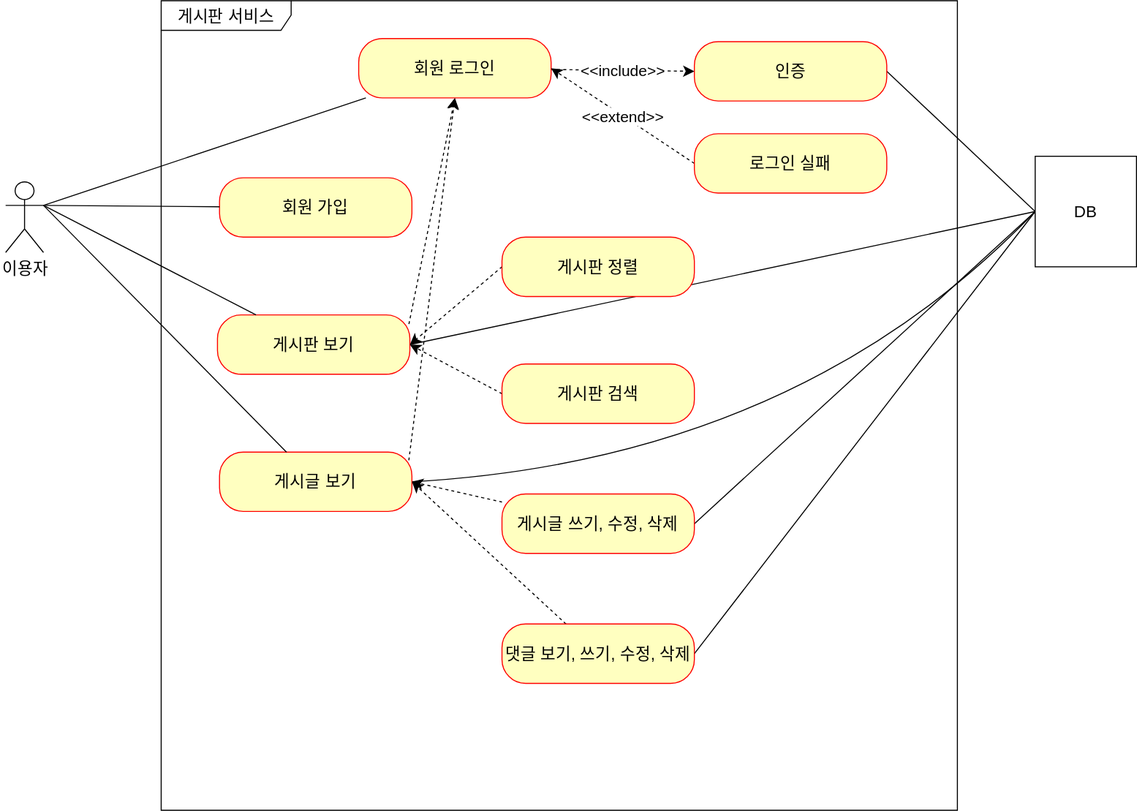
Jung-ji-hyeon/project-board keeps this draw.io diagram as document/use-case.svg. Above is the earlier version. Source tidied: cells renumbered, new cells last; positions are measured from the earlier drawing's top-left corner, leaving out a move shared by most shapes.
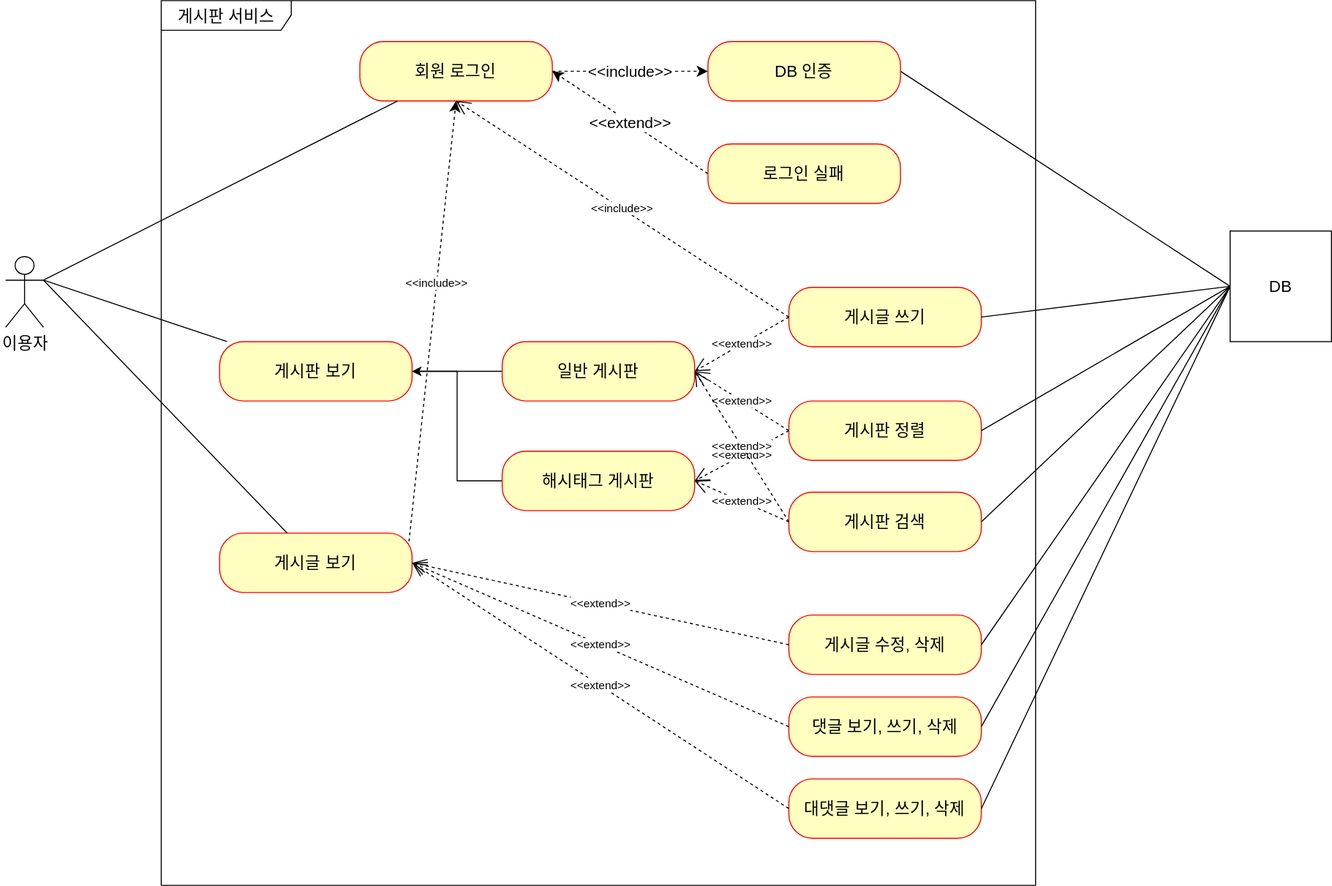
After the change.

Commit message:
use-case.svg: 현재 상황에 맞춰 업데이트

Diff of the diagram source:
```diff
@@ -6,42 +6,26 @@
       <mxGeometry y="177" width="37" height="69" as="geometry" />
     </mxCell>
     <mxCell id="3" value="게시판 서비스" style="shape=umlFrame;whiteSpace=wrap;html=1;fontSize=16;width=127;height=29;" parent="1" vertex="1">
-      <mxGeometry x="152" width="778" height="791" as="geometry" />
+      <mxGeometry x="152" y="-73" width="854" height="864" as="geometry" />
     </mxCell>
-    <mxCell id="4" style="edgeStyle=none;curved=1;rounded=0;jettySize=auto;html=1;entryX=1;entryY=0.5;entryDx=0;entryDy=0;fontSize=12;startSize=8;endSize=8;dashed=1;" parent="1" edge="1" source="6" target="9">
-      <mxGeometry relative="1" as="geometry" />
-    </mxCell>
-    <mxCell id="5" style="edgeStyle=none;curved=1;rounded=0;jettySize=auto;html=1;exitX=1;exitY=0.5;exitDx=0;exitDy=0;entryX=0;entryY=0.5;entryDx=0;entryDy=0;fontSize=12;startSize=8;endSize=8;endArrow=none;endFill=0;" parent="1" edge="1" source="6" target="32">
-      <mxGeometry relative="1" as="geometry" />
-    </mxCell>
-    <mxCell id="6" value="게시글 쓰기, 수정, 삭제" style="rounded=1;whiteSpace=wrap;html=1;arcSize=40;fontColor=#000000;fillColor=#ffffc0;strokeColor=#ff0000;fontSize=16;" parent="1" vertex="1">
-      <mxGeometry x="485" y="482" width="188" height="58" as="geometry" />
+    <mxCell id="6" value="댓글 보기, 쓰기, 삭제" style="rounded=1;whiteSpace=wrap;html=1;arcSize=40;fontColor=#000000;fillColor=#ffffc0;strokeColor=#ff0000;fontSize=16;" parent="1" vertex="1">
+      <mxGeometry x="765" y="607" width="188" height="58" as="geometry" />
     </mxCell>
     <mxCell id="7" style="edgeStyle=none;curved=1;rounded=0;jettySize=auto;html=1;exitX=0.984;exitY=0.138;exitDx=0;exitDy=0;entryX=0.5;entryY=1;entryDx=0;entryDy=0;fontSize=12;startSize=8;endSize=8;dashed=1;exitPerimeter=0;" parent="1" edge="1" source="9" target="16">
       <mxGeometry relative="1" as="geometry" />
     </mxCell>
+    <mxCell id="33" value="&amp;lt;&amp;lt;include&amp;gt;&amp;gt;" style="edgeLabel;html=1;align=center;verticalAlign=middle;" parent="7" vertex="1">
+      <mxGeometry x="0.18" y="1" relative="1" as="geometry" />
+    </mxCell>
-    <mxCell id="8" style="edgeStyle=none;curved=1;rounded=0;jettySize=auto;html=1;exitX=1;exitY=0.5;exitDx=0;exitDy=0;entryX=0;entryY=0.5;entryDx=0;entryDy=0;fontSize=12;startSize=8;endSize=8;endArrow=none;endFill=0;" parent="1" edge="1" source="9" target="32">
-      <mxGeometry relative="1" as="geometry">
-        <Array as="points">
-          <mxPoint x="772" y="449" />
-        </Array>
-      </mxGeometry>
+    <mxCell id="8" style="edgeStyle=none;curved=1;rounded=0;jettySize=auto;html=1;exitX=1;exitY=0.5;exitDx=0;exitDy=0;entryX=0;entryY=0.5;entryDx=0;entryDy=0;fontSize=12;startSize=8;endSize=8;endArrow=none;endFill=0;" parent="1" edge="1" source="24" target="32">
+      <mxGeometry relative="1" as="geometry" />
     </mxCell>
     <mxCell id="9" value="게시글 보기" style="rounded=1;whiteSpace=wrap;html=1;arcSize=40;fontColor=#000000;fillColor=#ffffc0;strokeColor=#ff0000;fontSize=16;" parent="1" vertex="1">
-      <mxGeometry x="209" y="441" width="188" height="58" as="geometry" />
+      <mxGeometry x="209" y="447" width="188" height="58" as="geometry" />
     </mxCell>
-    <mxCell id="10" style="edgeStyle=none;curved=1;rounded=0;jettySize=auto;html=1;exitX=0.995;exitY=0.155;exitDx=0;exitDy=0;entryX=0.5;entryY=1;entryDx=0;entryDy=0;fontSize=12;startSize=8;endSize=8;dashed=1;exitPerimeter=0;" parent="1" edge="1" source="12" target="16">
-      <mxGeometry relative="1" as="geometry" />
-    </mxCell>
-    <mxCell id="11" style="edgeStyle=none;curved=1;rounded=0;jettySize=auto;html=1;exitX=1;exitY=0.5;exitDx=0;exitDy=0;entryX=0;entryY=0.5;entryDx=0;entryDy=0;fontSize=12;startSize=8;endSize=8;endArrow=none;endFill=0;" parent="1" edge="1" source="12" target="32">
-      <mxGeometry relative="1" as="geometry" />
-    </mxCell>
     <mxCell id="12" value="게시판 보기" style="rounded=1;whiteSpace=wrap;html=1;arcSize=40;fontColor=#000000;fillColor=#ffffc0;strokeColor=#ff0000;fontSize=16;" parent="1" vertex="1">
-      <mxGeometry x="207" y="307" width="188" height="58" as="geometry" />
+      <mxGeometry x="209" y="260" width="188" height="58" as="geometry" />
     </mxCell>
-    <mxCell id="13" value="회원 가입" style="rounded=1;whiteSpace=wrap;html=1;arcSize=40;fontColor=#000000;fillColor=#ffffc0;strokeColor=#ff0000;fontSize=16;" parent="1" vertex="1">
-      <mxGeometry x="209" y="173" width="188" height="58" as="geometry" />
-    </mxCell>
     <mxCell id="14" style="edgeStyle=none;curved=1;rounded=0;jettySize=auto;html=1;fontSize=12;startSize=8;endSize=8;strokeColor=none;" parent="1" edge="1" source="16" target="18">
       <mxGeometry relative="1" as="geometry" />
     </mxCell>
@@ -49,44 +33,26 @@
       <mxGeometry relative="1" as="geometry" />
     </mxCell>
     <mxCell id="16" value="회원 로그인" style="rounded=1;whiteSpace=wrap;html=1;arcSize=40;fontColor=#000000;fillColor=#ffffc0;strokeColor=#ff0000;fontSize=16;" parent="1" vertex="1">
-      <mxGeometry x="345" y="37" width="188" height="58" as="geometry" />
+      <mxGeometry x="346" y="-33" width="188" height="58" as="geometry" />
     </mxCell>
     <mxCell id="17" style="edgeStyle=none;curved=1;rounded=0;jettySize=auto;html=1;exitX=1;exitY=0.5;exitDx=0;exitDy=0;entryX=0;entryY=0.5;entryDx=0;entryDy=0;fontSize=12;startSize=8;endSize=8;endArrow=none;endFill=0;" parent="1" edge="1" source="18" target="32">
       <mxGeometry relative="1" as="geometry" />
     </mxCell>
-    <mxCell id="18" value="인증" style="rounded=1;whiteSpace=wrap;html=1;arcSize=40;fontColor=#000000;fillColor=#ffffc0;strokeColor=#ff0000;fontSize=16;" parent="1" vertex="1">
-      <mxGeometry x="673" y="40" width="188" height="58" as="geometry" />
+    <mxCell id="18" value="DB 인증" style="rounded=1;whiteSpace=wrap;html=1;arcSize=40;fontColor=#000000;fillColor=#ffffc0;strokeColor=#ff0000;fontSize=16;" parent="1" vertex="1">
+      <mxGeometry x="686" y="-33" width="188" height="58" as="geometry" />
     </mxCell>
     <mxCell id="19" value="&amp;lt;&amp;lt;extend&amp;gt;&amp;gt;" style="edgeStyle=none;curved=1;rounded=0;jettySize=auto;html=1;entryX=1;entryY=0.5;entryDx=0;entryDy=0;fontSize=15;startSize=8;endSize=8;dashed=1;exitX=0;exitY=0.5;exitDx=0;exitDy=0;" parent="1" edge="1" source="20" target="16">
       <mxGeometry relative="1" as="geometry" />
     </mxCell>
     <mxCell id="20" value="로그인 실패" style="rounded=1;whiteSpace=wrap;html=1;arcSize=40;fontColor=#000000;fillColor=#ffffc0;strokeColor=#ff0000;fontSize=16;" parent="1" vertex="1">
-      <mxGeometry x="673" y="130" width="188" height="58" as="geometry" />
+      <mxGeometry x="686" y="67" width="188" height="58" as="geometry" />
     </mxCell>
-    <mxCell id="21" style="edgeStyle=none;curved=1;rounded=0;jettySize=auto;html=1;exitX=0;exitY=0.5;exitDx=0;exitDy=0;entryX=1;entryY=0.5;entryDx=0;entryDy=0;fontSize=12;startSize=8;endSize=8;dashed=1;" parent="1" edge="1" source="22" target="12">
+    <mxCell id="21" style="edgeStyle=orthogonalEdgeStyle;rounded=0;jettySize=auto;html=1;entryX=1;entryY=0.5;entryDx=0;entryDy=0;" parent="1" edge="1" source="22" target="12">
       <mxGeometry relative="1" as="geometry" />
     </mxCell>
-    <mxCell id="22" value="게시판 정렬" style="rounded=1;whiteSpace=wrap;html=1;arcSize=40;fontColor=#000000;fillColor=#ffffc0;strokeColor=#ff0000;fontSize=16;" parent="1" vertex="1">
-      <mxGeometry x="485" y="231" width="188" height="58" as="geometry" />
+    <mxCell id="22" value="일반 게시판" style="rounded=1;whiteSpace=wrap;html=1;arcSize=40;fontColor=#000000;fillColor=#ffffc0;strokeColor=#ff0000;fontSize=16;" parent="1" vertex="1">
+      <mxGeometry x="485" y="260" width="188" height="58" as="geometry" />
     </mxCell>
-    <mxCell id="23" style="edgeStyle=none;curved=1;rounded=0;jettySize=auto;html=1;exitX=0;exitY=0.5;exitDx=0;exitDy=0;entryX=1;entryY=0.5;entryDx=0;entryDy=0;fontSize=12;startSize=8;endSize=8;dashed=1;" parent="1" edge="1" source="24" target="12">
-      <mxGeometry relative="1" as="geometry" />
-    </mxCell>
-    <mxCell id="24" value="게시판 검색" style="rounded=1;whiteSpace=wrap;html=1;arcSize=40;fontColor=#000000;fillColor=#ffffc0;strokeColor=#ff0000;fontSize=16;" parent="1" vertex="1">
-      <mxGeometry x="485" y="355" width="188" height="58" as="geometry" />
-    </mxCell>
-    <mxCell id="25" style="edgeStyle=none;curved=1;rounded=0;jettySize=auto;html=1;entryX=1;entryY=0.5;entryDx=0;entryDy=0;fontSize=12;startSize=8;endSize=8;dashed=1;" parent="1" edge="1" source="27" target="9">
-      <mxGeometry relative="1" as="geometry" />
-    </mxCell>
-    <mxCell id="26" style="edgeStyle=none;curved=1;rounded=0;jettySize=auto;html=1;exitX=1;exitY=0.5;exitDx=0;exitDy=0;entryX=0;entryY=0.5;entryDx=0;entryDy=0;fontSize=12;startSize=8;endSize=8;endArrow=none;endFill=0;" parent="1" edge="1" source="27" target="32">
-      <mxGeometry relative="1" as="geometry" />
-    </mxCell>
-    <mxCell id="27" value="댓글 보기, 쓰기, 수정, 삭제" style="rounded=1;whiteSpace=wrap;html=1;arcSize=40;fontColor=#000000;fillColor=#ffffc0;strokeColor=#ff0000;fontSize=16;" parent="1" vertex="1">
-      <mxGeometry x="485" y="609" width="188" height="58" as="geometry" />
-    </mxCell>
-    <mxCell id="28" style="edgeStyle=none;curved=1;rounded=0;jettySize=auto;html=1;entryX=1;entryY=0.3333333333333333;entryDx=0;entryDy=0;entryPerimeter=0;fontSize=12;startSize=8;endSize=8;endArrow=none;endFill=0;" parent="1" edge="1" source="13" target="2">
-      <mxGeometry relative="1" as="geometry" />
-    </mxCell>
     <mxCell id="29" style="edgeStyle=none;curved=1;rounded=0;jettySize=auto;html=1;entryX=1;entryY=0.3333333333333333;entryDx=0;entryDy=0;entryPerimeter=0;fontSize=12;startSize=8;endSize=8;endArrow=none;endFill=0;" parent="1" edge="1" source="12" target="2">
       <mxGeometry relative="1" as="geometry" />
     </mxCell>
@@ -97,7 +63,70 @@
       <mxGeometry relative="1" as="geometry" />
     </mxCell>
     <mxCell id="32" value="DB" style="html=1;whiteSpace=wrap;fontSize=16;" parent="1" vertex="1">
-      <mxGeometry x="1006" y="152" width="99" height="108" as="geometry" />
+      <mxGeometry x="1196" y="152" width="99" height="108" as="geometry" />
     </mxCell>
+    <mxCell id="24" value="게시판 검색" style="rounded=1;whiteSpace=wrap;html=1;arcSize=40;fontColor=#000000;fillColor=#ffffc0;strokeColor=#ff0000;fontSize=16;" parent="1" vertex="1">
+      <mxGeometry x="765" y="407" width="188" height="58" as="geometry" />
+    </mxCell>
+    <mxCell id="34" value="대댓글 보기, 쓰기, 삭제" style="rounded=1;whiteSpace=wrap;html=1;arcSize=40;fontColor=#000000;fillColor=#ffffc0;strokeColor=#ff0000;fontSize=16;" parent="1" vertex="1">
+      <mxGeometry x="765" y="687" width="188" height="58" as="geometry" />
+    </mxCell>
+    <mxCell id="35" value="게시글 쓰기" style="rounded=1;whiteSpace=wrap;html=1;arcSize=40;fontColor=#000000;fillColor=#ffffc0;strokeColor=#ff0000;fontSize=16;" parent="1" vertex="1">
+      <mxGeometry x="765" y="207" width="188" height="58" as="geometry" />
+    </mxCell>
+    <mxCell id="36" value="게시글 수정, 삭제" style="rounded=1;whiteSpace=wrap;html=1;arcSize=40;fontColor=#000000;fillColor=#ffffc0;strokeColor=#ff0000;fontSize=16;" parent="1" vertex="1">
+      <mxGeometry x="765" y="527" width="188" height="58" as="geometry" />
+    </mxCell>
+    <mxCell id="37" style="edgeStyle=orthogonalEdgeStyle;rounded=0;jettySize=auto;html=1;exitX=0;exitY=0.5;exitDx=0;exitDy=0;entryX=1;entryY=0.5;entryDx=0;entryDy=0;" parent="1" edge="1" source="38" target="12">
+      <mxGeometry relative="1" as="geometry" />
+    </mxCell>
+    <mxCell id="38" value="해시태그 게시판" style="rounded=1;whiteSpace=wrap;html=1;arcSize=40;fontColor=#000000;fillColor=#ffffc0;strokeColor=#ff0000;fontSize=16;" parent="1" vertex="1">
+      <mxGeometry x="485" y="367" width="188" height="58" as="geometry" />
+    </mxCell>
+    <mxCell id="39" value="&amp;lt;&amp;lt;extend&amp;gt;&amp;gt;" style="endArrow=open;endSize=12;dashed=1;html=1;rounded=0;exitX=0;exitY=0.5;exitDx=0;exitDy=0;entryX=1;entryY=0.5;entryDx=0;entryDy=0;" parent="1" edge="1" source="36" target="9">
+      <mxGeometry relative="1" as="geometry" />
+    </mxCell>
+    <mxCell id="4" value="&amp;lt;&amp;lt;extend&amp;gt;&amp;gt;" style="endArrow=open;endSize=12;dashed=1;html=1;rounded=0;exitX=0;exitY=0.5;exitDx=0;exitDy=0;entryX=1;entryY=0.5;entryDx=0;entryDy=0;" parent="1" edge="1" source="6" target="9">
+      <mxGeometry relative="1" as="geometry" />
+    </mxCell>
+    <mxCell id="40" value="&amp;lt;&amp;lt;extend&amp;gt;&amp;gt;" style="endArrow=open;endSize=12;dashed=1;html=1;rounded=0;exitX=0;exitY=0.5;exitDx=0;exitDy=0;entryX=1;entryY=0.5;entryDx=0;entryDy=0;" parent="1" edge="1" source="34" target="9">
+      <mxGeometry relative="1" as="geometry" />
+    </mxCell>
+    <mxCell id="41" value="게시판 정렬" style="rounded=1;whiteSpace=wrap;html=1;arcSize=40;fontColor=#000000;fillColor=#ffffc0;strokeColor=#ff0000;fontSize=16;" parent="1" vertex="1">
+      <mxGeometry x="765" y="318" width="188" height="58" as="geometry" />
+    </mxCell>
+    <mxCell id="42" style="edgeStyle=none;curved=1;rounded=0;jettySize=auto;html=1;entryX=0;entryY=0.5;entryDx=0;entryDy=0;fontSize=12;startSize=8;endSize=8;endArrow=none;endFill=0;exitX=1;exitY=0.5;exitDx=0;exitDy=0;" parent="1" edge="1" source="36" target="32">
+      <mxGeometry relative="1" as="geometry" />
+    </mxCell>
+    <mxCell id="5" style="edgeStyle=none;curved=1;rounded=0;jettySize=auto;html=1;entryX=0;entryY=0.5;entryDx=0;entryDy=0;fontSize=12;startSize=8;endSize=8;endArrow=none;endFill=0;exitX=1;exitY=0.5;exitDx=0;exitDy=0;" parent="1" edge="1" source="6" target="32">
+      <mxGeometry relative="1" as="geometry" />
+    </mxCell>
+    <mxCell id="43" style="edgeStyle=none;curved=1;rounded=0;jettySize=auto;html=1;entryX=0;entryY=0.5;entryDx=0;entryDy=0;fontSize=12;startSize=8;endSize=8;endArrow=none;endFill=0;exitX=1;exitY=0.5;exitDx=0;exitDy=0;" parent="1" edge="1" source="34" target="32">
+      <mxGeometry relative="1" as="geometry" />
+    </mxCell>
+    <mxCell id="44" style="edgeStyle=none;curved=1;rounded=0;jettySize=auto;html=1;exitX=1;exitY=0.5;exitDx=0;exitDy=0;entryX=0;entryY=0.5;entryDx=0;entryDy=0;fontSize=12;startSize=8;endSize=8;endArrow=none;endFill=0;" parent="1" edge="1" source="41" target="32">
+      <mxGeometry relative="1" as="geometry" />
+    </mxCell>
+    <mxCell id="45" style="edgeStyle=none;curved=1;rounded=0;jettySize=auto;html=1;exitX=1;exitY=0.5;exitDx=0;exitDy=0;entryX=0;entryY=0.5;entryDx=0;entryDy=0;fontSize=12;startSize=8;endSize=8;endArrow=none;endFill=0;" parent="1" edge="1" source="35" target="32">
+      <mxGeometry relative="1" as="geometry" />
+    </mxCell>
+    <mxCell id="46" value="&amp;lt;&amp;lt;include&amp;gt;&amp;gt;" style="endArrow=open;endSize=12;dashed=1;html=1;rounded=0;exitX=0;exitY=0.5;exitDx=0;exitDy=0;entryX=0.5;entryY=1;entryDx=0;entryDy=0;" parent="1" edge="1" source="35" target="16">
+      <mxGeometry relative="1" as="geometry" />
+    </mxCell>
+    <mxCell id="47" value="&amp;lt;&amp;lt;extend&amp;gt;&amp;gt;" style="endArrow=open;endSize=12;dashed=1;html=1;rounded=0;exitX=0;exitY=0.5;exitDx=0;exitDy=0;entryX=1;entryY=0.5;entryDx=0;entryDy=0;" parent="1" edge="1" source="35" target="22">
+      <mxGeometry relative="1" as="geometry" />
+    </mxCell>
+    <mxCell id="48" value="&amp;lt;&amp;lt;extend&amp;gt;&amp;gt;" style="endArrow=open;endSize=12;dashed=1;html=1;rounded=0;exitX=0;exitY=0.5;exitDx=0;exitDy=0;entryX=1;entryY=0.5;entryDx=0;entryDy=0;" parent="1" edge="1" source="41" target="22">
+      <mxGeometry relative="1" as="geometry" />
+    </mxCell>
+    <mxCell id="49" value="&amp;lt;&amp;lt;extend&amp;gt;&amp;gt;" style="endArrow=open;endSize=12;dashed=1;html=1;rounded=0;exitX=0;exitY=0.5;exitDx=0;exitDy=0;entryX=1;entryY=0.5;entryDx=0;entryDy=0;" parent="1" edge="1" source="41" target="38">
+      <mxGeometry relative="1" as="geometry" />
+    </mxCell>
+    <mxCell id="50" value="&amp;lt;&amp;lt;extend&amp;gt;&amp;gt;" style="endArrow=open;endSize=12;dashed=1;html=1;rounded=0;exitX=0;exitY=0.5;exitDx=0;exitDy=0;entryX=1;entryY=0.5;entryDx=0;entryDy=0;" parent="1" edge="1" source="24" target="38">
+      <mxGeometry relative="1" as="geometry" />
+    </mxCell>
+    <mxCell id="51" value="&amp;lt;&amp;lt;extend&amp;gt;&amp;gt;" style="endArrow=open;endSize=12;dashed=1;html=1;rounded=0;exitX=0;exitY=0.5;exitDx=0;exitDy=0;entryX=1;entryY=0.5;entryDx=0;entryDy=0;" parent="1" edge="1" source="24" target="22">
+      <mxGeometry relative="1" as="geometry" />
+    </mxCell>
   </root>
 </mxGraphModel>
```
